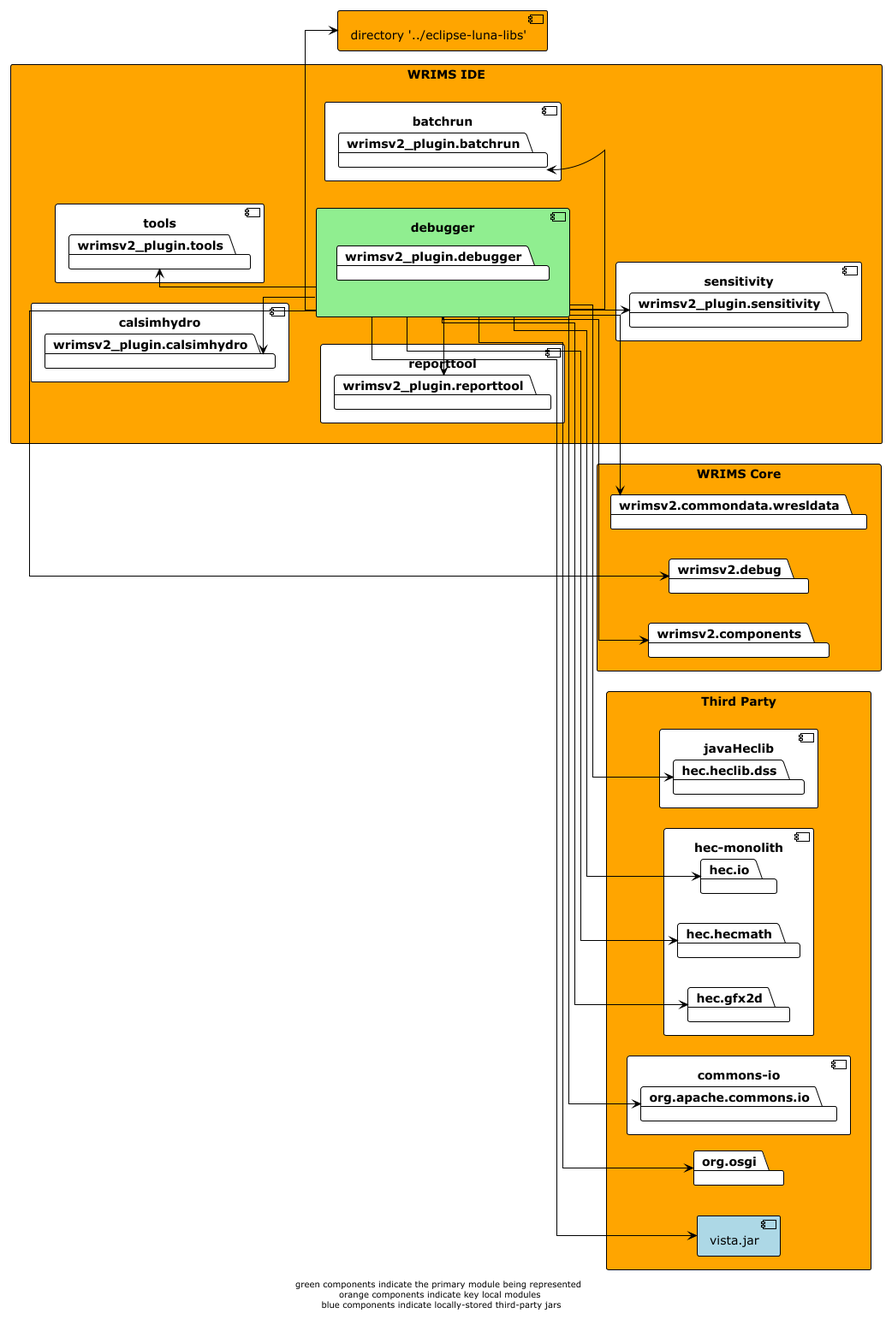
Before: docs/diagrams/wrims-ide/wrims-ide_debugger.png, a diagram exported from PlantUML (CentralValleyModeling/wrims-gui).
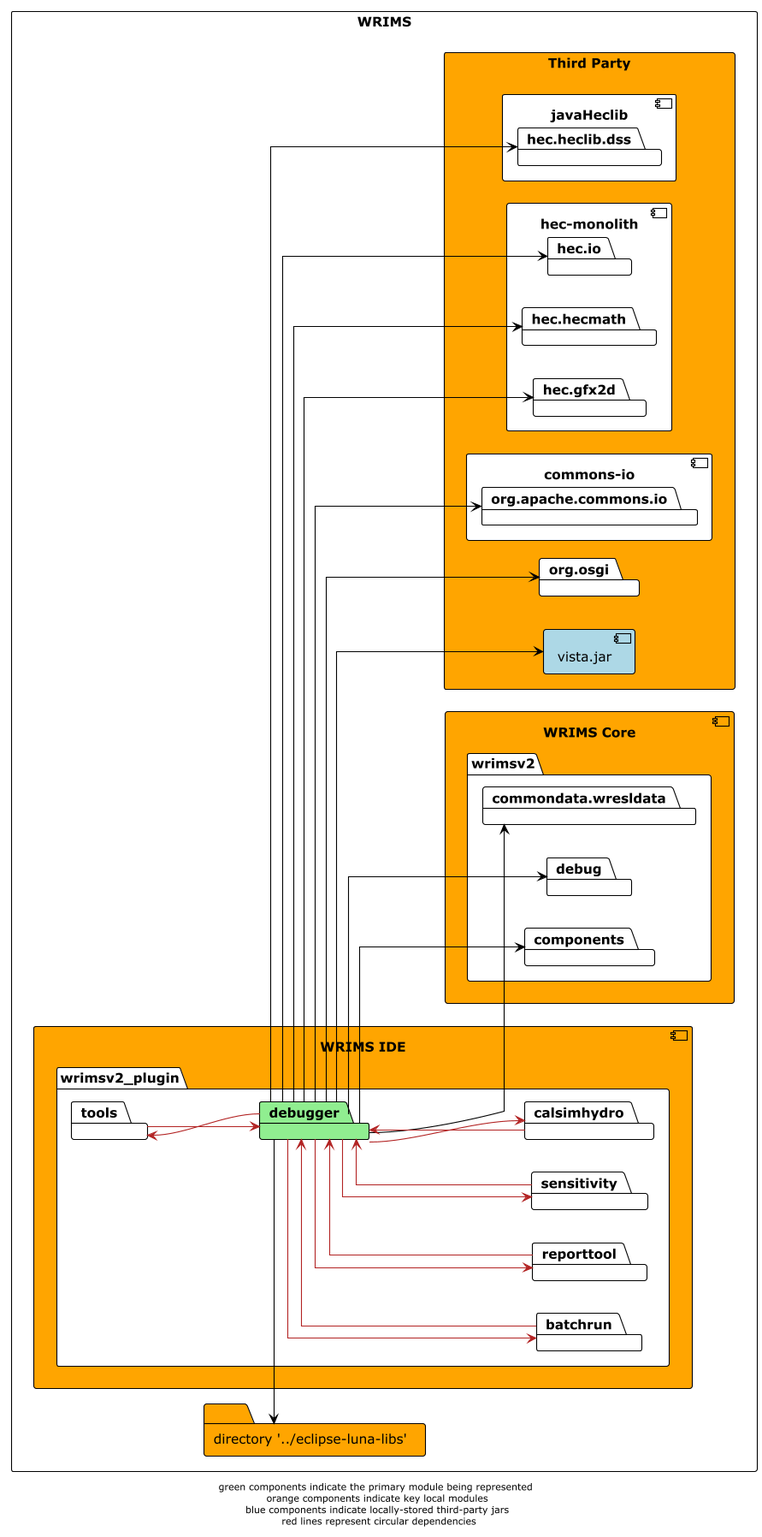
Above is the later version.

What changed in the source:
```diff
@@ -4,67 +4,66 @@
 left to right direction
 skinparam linetype ortho
 
-rectangle wrims-ide as "WRIMS IDE" #orange {
-    component debugger #lightgreen {
-        package wrimsv2_plugin.debugger
+rectangle WRIMS {
+    component wrims-ide as "WRIMS IDE" #orange {
+        package wrimsv2_plugin {
+            package debugger #lightgreen
+            package tools
+            package batchrun
+            package calsimhydro
+            package reporttool
+            package sensitivity
+        }
     }
-    component tools {
-        package wrimsv2_plugin.tools
+
+    component wrims_core as "WRIMS Core" #orange {
+        package wrimsv2 {
+            package commondata.wresldata
+            package debug
+            package components
+        }
     }
-    component batchrun {
-        package wrimsv2_plugin.batchrun
+
+    rectangle third-party as "Third Party" #orange {
+        package org.osgi
+        component javaHeclib {
+            package hec.heclib.dss
+        }
+        component hec.monolith as "hec-monolith" {
+            package hec.io
+            package hec.hecmath
+            package hec.gfx2d
+        }
+        component vista.jar #lightblue
+        component commons_io as "commons-io" {
+            package org.apache.commons.io
+        }
     }
-    component calsimhydro {
-        package wrimsv2_plugin.calsimhydro
-    }
-    component reporttool {
-        package wrimsv2_plugin.reporttool
-    }
-    component sensitivity {
-        package wrimsv2_plugin.sensitivity
-    }
+
+    folder luna_libs as "directory '../eclipse-luna-libs'" #orange
 }
-
-rectangle wrims_core as "WRIMS Core" #orange {
-    package wrimsv2.commondata.wresldata
-    package wrimsv2.debug
-    package wrimsv2.components
-}
-
-rectangle third-party as "Third Party" #orange {
-    package org.osgi
-    component javaHeclib {
-        package hec.heclib.dss
-    }
-    component hec.monolith as "hec-monolith" {
-        package hec.io
-        package hec.hecmath
-        package hec.gfx2d
-    }
-    component vista.jar #lightblue
-    component commons_io as "commons-io" {
-        package org.apache.commons.io
-    }
-}
-
-component luna_libs as "directory '../eclipse-luna-libs'" #orange
-
 debugger -> luna_libs
-debugger -up-> wrimsv2_plugin.tools
-debugger -> wrimsv2_plugin.batchrun
-debugger -> wrimsv2.commondata.wresldata
-debugger -> wrimsv2.debug
+debugger -up-> tools #firebrick
+debugger --> batchrun #firebrick
+debugger -> commondata.wresldata
+debugger -> debug
 debugger -right-> org.osgi
 debugger -down-> hec.heclib.dss
-debugger -up-> wrimsv2_plugin.calsimhydro
+debugger -up-> calsimhydro #firebrick
 debugger -down-> hec.io
 debugger -down-> vista.jar
 debugger -down-> org.apache.commons.io
-debugger -down-> wrimsv2.components
+debugger -down-> components
 debugger -down-> hec.hecmath
-debugger -right-> wrimsv2_plugin.reporttool
-debugger -down-> wrimsv2_plugin.sensitivity
+debugger --> reporttool #firebrick
+debugger -down-> sensitivity #firebrick
 debugger -down-> hec.gfx2d
 
-footer "green components indicate the primary module being represented \n orange components indicate key local modules \n blue components indicate locally-stored third-party jars"
+sensitivity -> debugger #firebrick
+batchrun -> debugger #firebrick
+calsimhydro -u-> debugger #firebrick
+tools -> debugger #firebrick
+reporttool -> debugger #firebrick
+
+footer "green components indicate the primary module being represented \n orange components indicate key local modules \n blue components indicate locally-stored third-party jars \n red lines represent circular dependencies"
 @enduml
```
